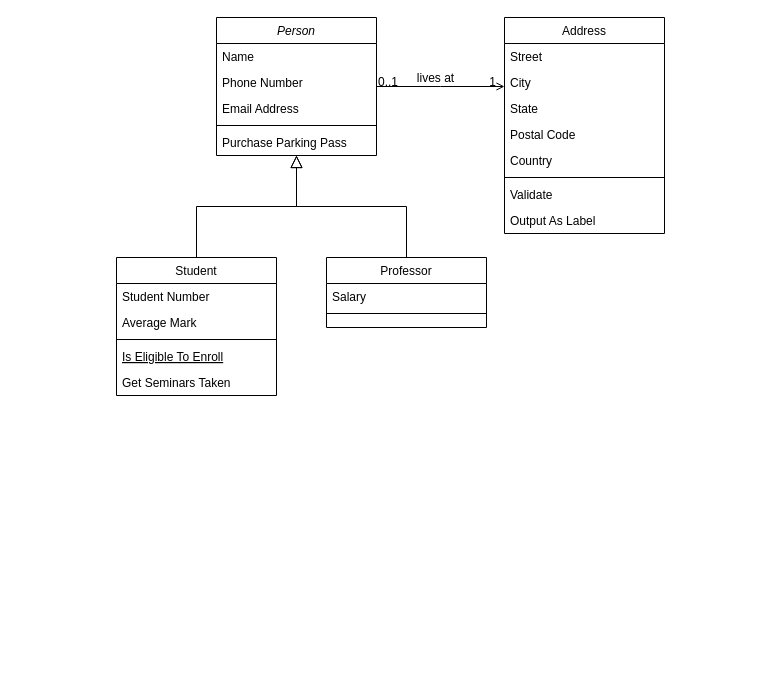
Before: Diagrama sem nome.drawio in HttpsWinicius/backend-brabojiujitsu, a draw.io diagram. Source tidied: cells renumbered, new cells numbered last; positions are measured from the earlier drawing's top-left corner, leaving out a move shared by most shapes. Both pictures are drawn from the tidied source at 100%, with x=0, y=0 at pixel (116, 17).
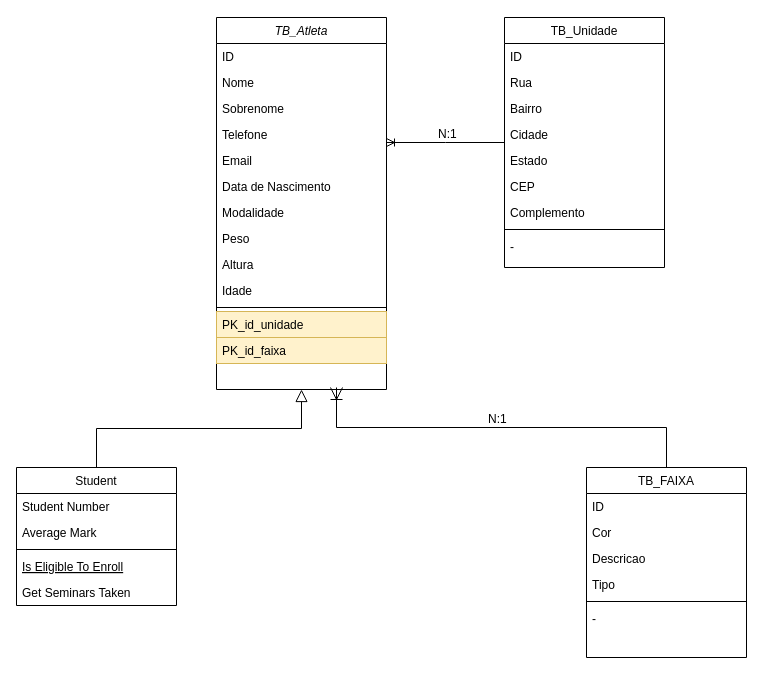
The same diagram, later.

The edit, as a diff of the source:
```diff
@@
-    <mxCell id="2" value="Person" style="swimlane;fontStyle=2;align=center;verticalAlign=top;horizontal=1;startSize=26;rounded=0;shadow=0;strokeWidth=1;" parent="1" vertex="1">
-      <mxGeometry x="100" width="160" height="138" as="geometry" />
+    <mxCell id="2" value="TB_Atleta" style="swimlane;fontStyle=2;align=center;verticalAlign=top;horizontal=1;startSize=26;rounded=0;shadow=0;strokeWidth=1;" parent="1" vertex="1">
+      <mxGeometry x="100" width="170" height="372" as="geometry" />
     </mxCell>
-    <mxCell id="3" value="Name" style="text;align=left;verticalAlign=top;spacingLeft=4;spacingRight=4;overflow=hidden;" parent="2" vertex="1">
-      <mxGeometry y="26" width="160" height="26" as="geometry" />
+    <mxCell id="3" value="ID" style="text;align=left;verticalAlign=top;spacingLeft=4;spacingRight=4;overflow=hidden;" parent="2" vertex="1">
+      <mxGeometry y="26" width="170" height="26" as="geometry" />
     </mxCell>
-    <mxCell id="4" value="Phone Number" style="text;align=left;verticalAlign=top;spacingLeft=4;spacingRight=4;overflow=hidden;rounded=0;shadow=0;html=0;" parent="2" vertex="1">
-      <mxGeometry y="52" width="160" height="26" as="geometry" />
+    <mxCell id="4" value="Nome" style="text;align=left;verticalAlign=top;spacingLeft=4;spacingRight=4;overflow=hidden;rounded=0;shadow=0;html=0;" parent="2" vertex="1">
+      <mxGeometry y="52" width="170" height="26" as="geometry" />
     </mxCell>
-    <mxCell id="5" value="Email Address" style="text;align=left;verticalAlign=top;spacingLeft=4;spacingRight=4;overflow=hidden;rounded=0;shadow=0;html=0;" parent="2" vertex="1">
-      <mxGeometry y="78" width="160" height="26" as="geometry" />
+    <mxCell id="5" value="Sobrenome" style="text;align=left;verticalAlign=top;spacingLeft=4;spacingRight=4;overflow=hidden;rounded=0;shadow=0;html=0;" parent="2" vertex="1">
+      <mxGeometry y="78" width="170" height="26" as="geometry" />
     </mxCell>
+    <mxCell id="7" value="Telefone" style="text;align=left;verticalAlign=top;spacingLeft=4;spacingRight=4;overflow=hidden;" parent="2" vertex="1">
+      <mxGeometry y="104" width="170" height="26" as="geometry" />
+    </mxCell>
+    <mxCell id="32" value="Email" style="text;align=left;verticalAlign=top;spacingLeft=4;spacingRight=4;overflow=hidden;" parent="2" vertex="1">
+      <mxGeometry y="130" width="170" height="26" as="geometry" />
+    </mxCell>
+    <mxCell id="33" value="Data de Nascimento" style="text;align=left;verticalAlign=top;spacingLeft=4;spacingRight=4;overflow=hidden;" parent="2" vertex="1">
+      <mxGeometry y="156" width="170" height="26" as="geometry" />
+    </mxCell>
+    <mxCell id="34" value="Modalidade" style="text;align=left;verticalAlign=top;spacingLeft=4;spacingRight=4;overflow=hidden;" parent="2" vertex="1">
+      <mxGeometry y="182" width="170" height="26" as="geometry" />
+    </mxCell>
+    <mxCell id="35" value="Peso" style="text;align=left;verticalAlign=top;spacingLeft=4;spacingRight=4;overflow=hidden;" parent="2" vertex="1">
+      <mxGeometry y="208" width="170" height="26" as="geometry" />
+    </mxCell>
+    <mxCell id="36" value="Altura" style="text;align=left;verticalAlign=top;spacingLeft=4;spacingRight=4;overflow=hidden;" parent="2" vertex="1">
+      <mxGeometry y="234" width="170" height="26" as="geometry" />
+    </mxCell>
+    <mxCell id="37" value="Idade" style="text;align=left;verticalAlign=top;spacingLeft=4;spacingRight=4;overflow=hidden;" parent="2" vertex="1">
+      <mxGeometry y="260" width="170" height="26" as="geometry" />
+    </mxCell>
     <mxCell id="6" style="line;html=1;strokeWidth=1;align=left;verticalAlign=middle;spacingTop=-1;spacingLeft=3;spacingRight=3;labelPosition=right;" parent="2" vertex="1">
-      <mxGeometry y="104" width="160" height="8" as="geometry" />
+      <mxGeometry y="286" width="170" height="8" as="geometry" />
     </mxCell>
-    <mxCell id="7" value="Purchase Parking Pass" style="text;align=left;verticalAlign=top;spacingLeft=4;spacingRight=4;overflow=hidden;" parent="2" vertex="1">
-      <mxGeometry y="112" width="160" height="26" as="geometry" />
-    </mxCell>
+    <mxCell id="38" value="PK_id_unidade" style="text;align=left;verticalAlign=top;spacingLeft=4;spacingRight=4;overflow=hidden;rounded=0;shadow=0;html=0;fillColor=#fff2cc;strokeColor=#d6b656;" parent="2" vertex="1">
+      <mxGeometry y="294" width="170" height="26" as="geometry" />
+    </mxCell>
+    <mxCell id="39" value="PK_id_faixa" style="text;align=left;verticalAlign=top;spacingLeft=4;spacingRight=4;overflow=hidden;rounded=0;shadow=0;html=0;fillColor=#fff2cc;strokeColor=#d6b656;" parent="2" vertex="1">
+      <mxGeometry y="320" width="170" height="26" as="geometry" />
+    </mxCell>
     <mxCell id="8" value="Student" style="swimlane;fontStyle=0;align=center;verticalAlign=top;horizontal=1;startSize=26;rounded=0;shadow=0;strokeWidth=1;" parent="1" vertex="1">
-      <mxGeometry y="240" width="160" height="138" as="geometry" />
+      <mxGeometry x="-100" y="450" width="160" height="138" as="geometry" />
     </mxCell>
@@
-    <mxCell id="15" value="Professor" style="swimlane;fontStyle=0;align=center;verticalAlign=top;horizontal=1;startSize=26;rounded=0;shadow=0;strokeWidth=1;" parent="1" vertex="1">
-      <mxGeometry x="210" y="240" width="160" height="70" as="geometry" />
+    <mxCell id="15" value="TB_FAIXA" style="swimlane;fontStyle=0;align=center;verticalAlign=top;horizontal=1;startSize=26;rounded=0;shadow=0;strokeWidth=1;" parent="1" vertex="1">
+      <mxGeometry x="470" y="450" width="160" height="190" as="geometry" />
     </mxCell>
-    <mxCell id="16" value="Salary" style="text;align=left;verticalAlign=top;spacingLeft=4;spacingRight=4;overflow=hidden;" parent="15" vertex="1">
+    <mxCell id="16" value="ID" style="text;align=left;verticalAlign=top;spacingLeft=4;spacingRight=4;overflow=hidden;" parent="15" vertex="1">
       <mxGeometry y="26" width="160" height="26" as="geometry" />
     </mxCell>
+    <mxCell id="40" value="Cor" style="text;align=left;verticalAlign=top;spacingLeft=4;spacingRight=4;overflow=hidden;" parent="15" vertex="1">
+      <mxGeometry y="52" width="160" height="26" as="geometry" />
+    </mxCell>
+    <mxCell id="41" value="Descricao" style="text;align=left;verticalAlign=top;spacingLeft=4;spacingRight=4;overflow=hidden;" parent="15" vertex="1">
+      <mxGeometry y="78" width="160" height="26" as="geometry" />
+    </mxCell>
+    <mxCell id="42" value="Tipo" style="text;align=left;verticalAlign=top;spacingLeft=4;spacingRight=4;overflow=hidden;" parent="15" vertex="1">
+      <mxGeometry y="104" width="160" height="26" as="geometry" />
+    </mxCell>
     <mxCell id="17" style="line;html=1;strokeWidth=1;align=left;verticalAlign=middle;spacingTop=-1;spacingLeft=3;spacingRight=3;labelPosition=right;" parent="15" vertex="1">
-      <mxGeometry y="52" width="160" height="8" as="geometry" />
+      <mxGeometry y="130" width="160" height="8" as="geometry" />
     </mxCell>
+    <mxCell id="43" value="-" style="text;align=left;verticalAlign=top;spacingLeft=4;spacingRight=4;overflow=hidden;" parent="15" vertex="1">
+      <mxGeometry y="138" width="160" height="26" as="geometry" />
+    </mxCell>
-    <mxCell id="18" style="endArrow=block;endSize=10;endFill=0;shadow=0;strokeWidth=1;rounded=0;edgeStyle=elbowEdgeStyle;elbow=vertical;" parent="1" edge="1" source="15" target="2">
-      <mxGeometry relative="1" as="geometry" />
+    <mxCell id="18" style="endArrow=ERoneToMany;endSize=10;endFill=0;shadow=0;strokeWidth=1;rounded=0;edgeStyle=elbowEdgeStyle;elbow=vertical;startArrow=none;startFill=0;" parent="1" edge="1" source="15">
+      <mxGeometry relative="1" as="geometry">
+        <mxPoint x="220" y="370" as="targetPoint" />
+      </mxGeometry>
     </mxCell>
-    <mxCell id="19" value="Address" style="swimlane;fontStyle=0;align=center;verticalAlign=top;horizontal=1;startSize=26;rounded=0;shadow=0;strokeWidth=1;" parent="1" vertex="1">
-      <mxGeometry x="388" width="160" height="216" as="geometry" />
+    <mxCell id="19" value="TB_Unidade" style="swimlane;fontStyle=0;align=center;verticalAlign=top;horizontal=1;startSize=26;rounded=0;shadow=0;strokeWidth=1;" parent="1" vertex="1">
+      <mxGeometry x="388" width="160" height="250" as="geometry" />
     </mxCell>
-    <mxCell id="20" value="Street" style="text;align=left;verticalAlign=top;spacingLeft=4;spacingRight=4;overflow=hidden;" parent="19" vertex="1">
+    <mxCell id="20" value="ID" style="text;align=left;verticalAlign=top;spacingLeft=4;spacingRight=4;overflow=hidden;" parent="19" vertex="1">
       <mxGeometry y="26" width="160" height="26" as="geometry" />
     </mxCell>
-    <mxCell id="21" value="City" style="text;align=left;verticalAlign=top;spacingLeft=4;spacingRight=4;overflow=hidden;rounded=0;shadow=0;html=0;" parent="19" vertex="1">
+    <mxCell id="21" value="Rua" style="text;align=left;verticalAlign=top;spacingLeft=4;spacingRight=4;overflow=hidden;rounded=0;shadow=0;html=0;" parent="19" vertex="1">
       <mxGeometry y="52" width="160" height="26" as="geometry" />
     </mxCell>
-    <mxCell id="22" value="State" style="text;align=left;verticalAlign=top;spacingLeft=4;spacingRight=4;overflow=hidden;rounded=0;shadow=0;html=0;" parent="19" vertex="1">
+    <mxCell id="22" value="Bairro" style="text;align=left;verticalAlign=top;spacingLeft=4;spacingRight=4;overflow=hidden;rounded=0;shadow=0;html=0;" parent="19" vertex="1">
       <mxGeometry y="78" width="160" height="26" as="geometry" />
     </mxCell>
-    <mxCell id="23" value="Postal Code" style="text;align=left;verticalAlign=top;spacingLeft=4;spacingRight=4;overflow=hidden;rounded=0;shadow=0;html=0;" parent="19" vertex="1">
+    <mxCell id="23" value="Cidade" style="text;align=left;verticalAlign=top;spacingLeft=4;spacingRight=4;overflow=hidden;rounded=0;shadow=0;html=0;" parent="19" vertex="1">
       <mxGeometry y="104" width="160" height="26" as="geometry" />
     </mxCell>
-    <mxCell id="24" value="Country" style="text;align=left;verticalAlign=top;spacingLeft=4;spacingRight=4;overflow=hidden;rounded=0;shadow=0;html=0;" parent="19" vertex="1">
+    <mxCell id="24" value="Estado" style="text;align=left;verticalAlign=top;spacingLeft=4;spacingRight=4;overflow=hidden;rounded=0;shadow=0;html=0;" parent="19" vertex="1">
       <mxGeometry y="130" width="160" height="26" as="geometry" />
     </mxCell>
+    <mxCell id="27" value="CEP" style="text;align=left;verticalAlign=top;spacingLeft=4;spacingRight=4;overflow=hidden;" parent="19" vertex="1">
+      <mxGeometry y="156" width="160" height="26" as="geometry" />
+    </mxCell>
+    <mxCell id="26" value="Complemento" style="text;align=left;verticalAlign=top;spacingLeft=4;spacingRight=4;overflow=hidden;" parent="19" vertex="1">
+      <mxGeometry y="182" width="160" height="26" as="geometry" />
+    </mxCell>
     <mxCell id="25" style="line;html=1;strokeWidth=1;align=left;verticalAlign=middle;spacingTop=-1;spacingLeft=3;spacingRight=3;labelPosition=right;" parent="19" vertex="1">
-      <mxGeometry y="156" width="160" height="8" as="geometry" />
+      <mxGeometry y="208" width="160" height="8" as="geometry" />
     </mxCell>
-    <mxCell id="26" value="Validate" style="text;align=left;verticalAlign=top;spacingLeft=4;spacingRight=4;overflow=hidden;" parent="19" vertex="1">
-      <mxGeometry y="164" width="160" height="26" as="geometry" />
-    </mxCell>
-    <mxCell id="27" value="Output As Label" style="text;align=left;verticalAlign=top;spacingLeft=4;spacingRight=4;overflow=hidden;" parent="19" vertex="1">
-      <mxGeometry y="190" width="160" height="26" as="geometry" />
-    </mxCell>
+    <mxCell id="44" value="-" style="text;align=left;verticalAlign=top;spacingLeft=4;spacingRight=4;overflow=hidden;rounded=0;shadow=0;html=0;" parent="19" vertex="1">
+      <mxGeometry y="216" width="160" height="26" as="geometry" />
+    </mxCell>
-    <mxCell id="28" style="endArrow=open;shadow=0;strokeWidth=1;rounded=0;endFill=1;edgeStyle=elbowEdgeStyle;elbow=vertical;" parent="1" edge="1" source="2" target="19">
+    <mxCell id="28" style="endArrow=none;shadow=0;strokeWidth=1;rounded=0;endFill=0;edgeStyle=elbowEdgeStyle;elbow=vertical;startArrow=ERoneToMany;startFill=0;" parent="1" edge="1" source="2" target="19">
       <mxGeometry x="0.5" y="41" relative="1" as="geometry">
         <mxPoint x="-40" y="32" as="offset" />
       </mxGeometry>
     </mxCell>
-    <mxCell id="29" value="0..1" style="align=left;verticalAlign=bottom;labelBackgroundColor=none;fontSize=12;" parent="28" vertex="1">
+    <mxCell id="29" value="N:1" style="align=left;verticalAlign=bottom;labelBackgroundColor=none;fontSize=12;" parent="28" vertex="1">
       <mxGeometry x="-1" relative="1" as="geometry">
-        <mxPoint y="4" as="offset" />
+        <mxPoint x="50" as="offset" />
       </mxGeometry>
     </mxCell>
-    <mxCell id="30" value="1" style="align=right;verticalAlign=bottom;labelBackgroundColor=none;fontSize=12;" parent="28" vertex="1">
-      <mxGeometry x="1" relative="1" as="geometry">
-        <mxPoint x="-7" y="4" as="offset" />
-      </mxGeometry>
-    </mxCell>
-    <mxCell id="31" value="lives at" style="text;html=1;align=center;verticalAlign=middle;labelBackgroundColor=none;rounded=0;shadow=0;strokeWidth=1;fontSize=12;" parent="28" vertex="1">
-      <mxGeometry x="0.5" y="49" relative="1" as="geometry">
-        <mxPoint x="-38" y="40" as="offset" />
-      </mxGeometry>
-    </mxCell>
+    <mxCell id="45" value="N:1" style="align=left;verticalAlign=bottom;labelBackgroundColor=none;fontSize=12;" parent="1" vertex="1">
+      <mxGeometry x="370" y="410" as="geometry" />
+    </mxCell>
```
